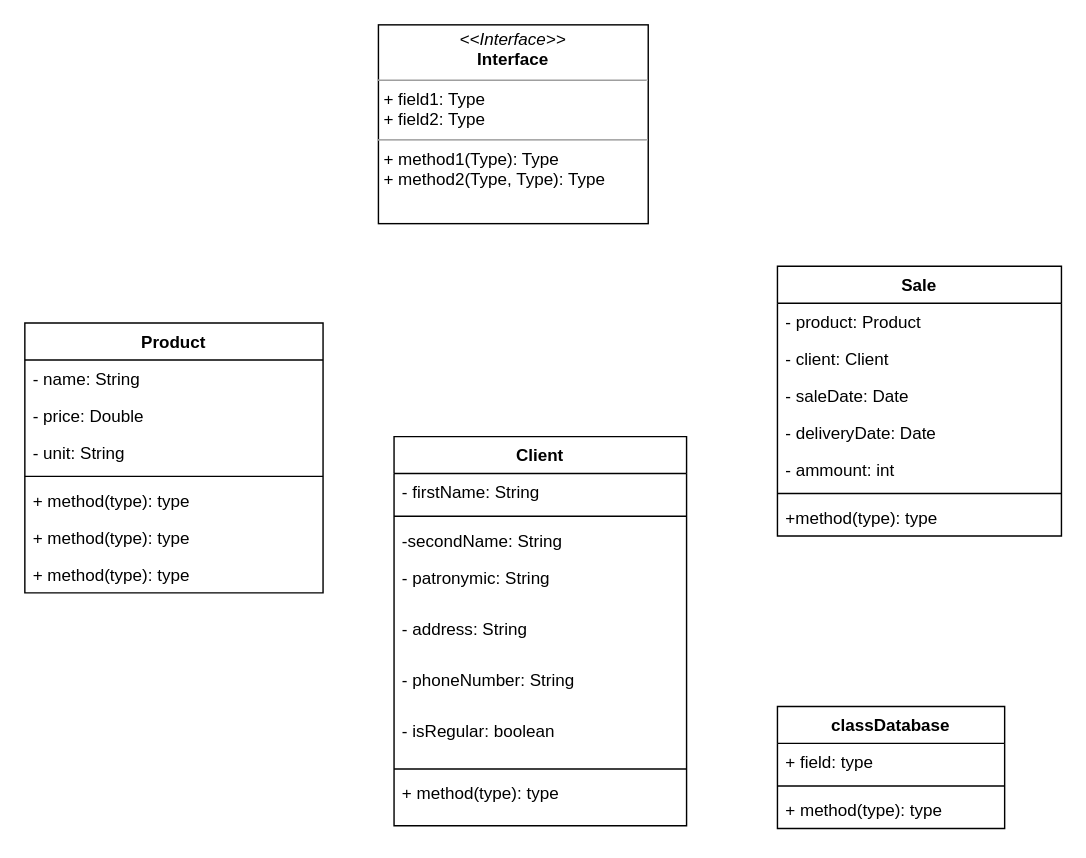
Earlier version of the draw.io diagram Untitled Diagram.drawio (eternalsad/design_information_systems). Source tidied: cells renumbered, new cells numbered last; positions are measured from the earlier drawing's top-left corner, leaving out a move shared by most shapes. Both pictures are drawn from the tidied source at 142%, with x=0, y=0 at pixel (24, 24).
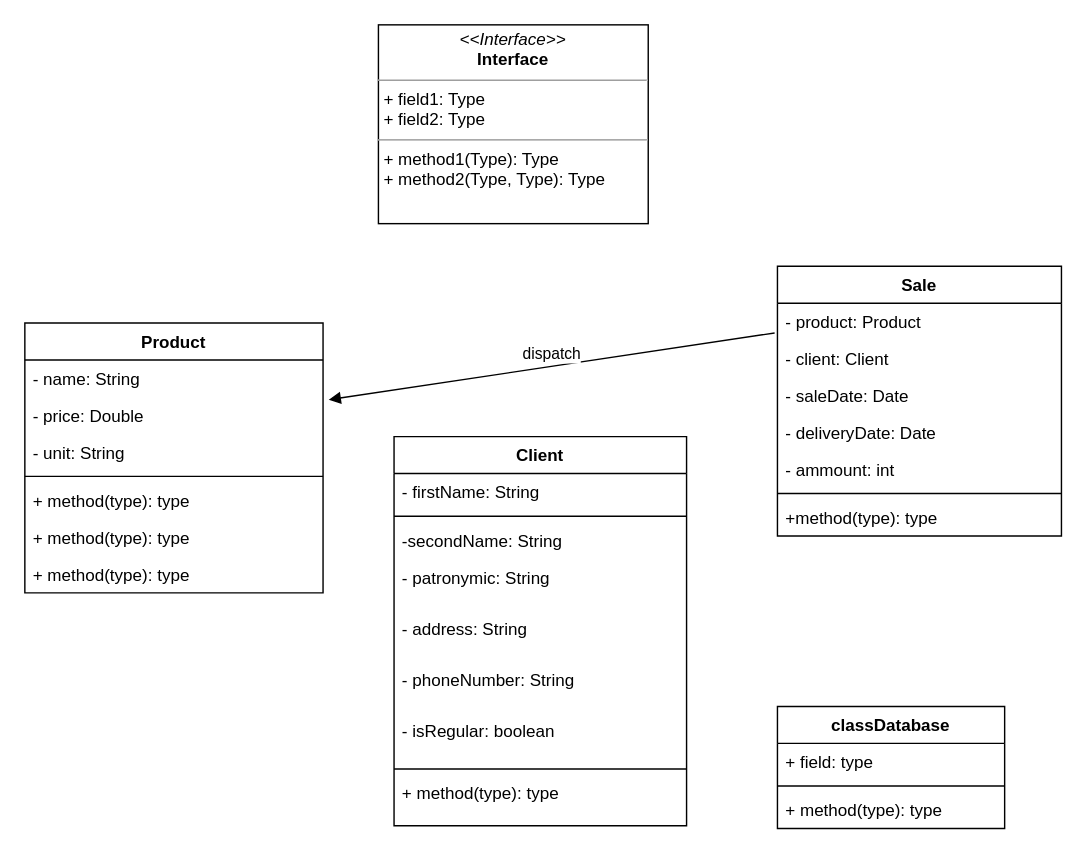
The same diagram, later.

Unchanged cells that the change refers to:
```xml
<mxCell id="5" value="- price: Double" style="text;strokeColor=none;fillColor=none;align=left;verticalAlign=top;spacingLeft=4;spacingRight=4;overflow=hidden;points=[[0,0.5],[1,0.5]];portConstraint=eastwest;" parent="3" vertex="1">
  <mxGeometry y="52" width="210" height="26" as="geometry" />
</mxCell>
<mxCell id="22" value="- product: Product" style="text;strokeColor=none;fillColor=none;align=left;verticalAlign=top;spacingLeft=4;spacingRight=4;overflow=hidden;points=[[0,0.5],[1,0.5]];portConstraint=eastwest;" parent="21" vertex="1">
  <mxGeometry y="26" width="200" height="26" as="geometry" />
</mxCell>
```

Change to the diagram source:
```diff
@@
+    <mxCell id="33" value="dispatch" style="html=1;verticalAlign=bottom;endArrow=block;entryX=1.019;entryY=0.077;entryDx=0;entryDy=0;entryPerimeter=0;exitX=-0.01;exitY=0.808;exitDx=0;exitDy=0;exitPerimeter=0;" parent="1" edge="1" source="22" target="5">
+      <mxGeometry relative="1" as="geometry" />
+    </mxCell>
```
